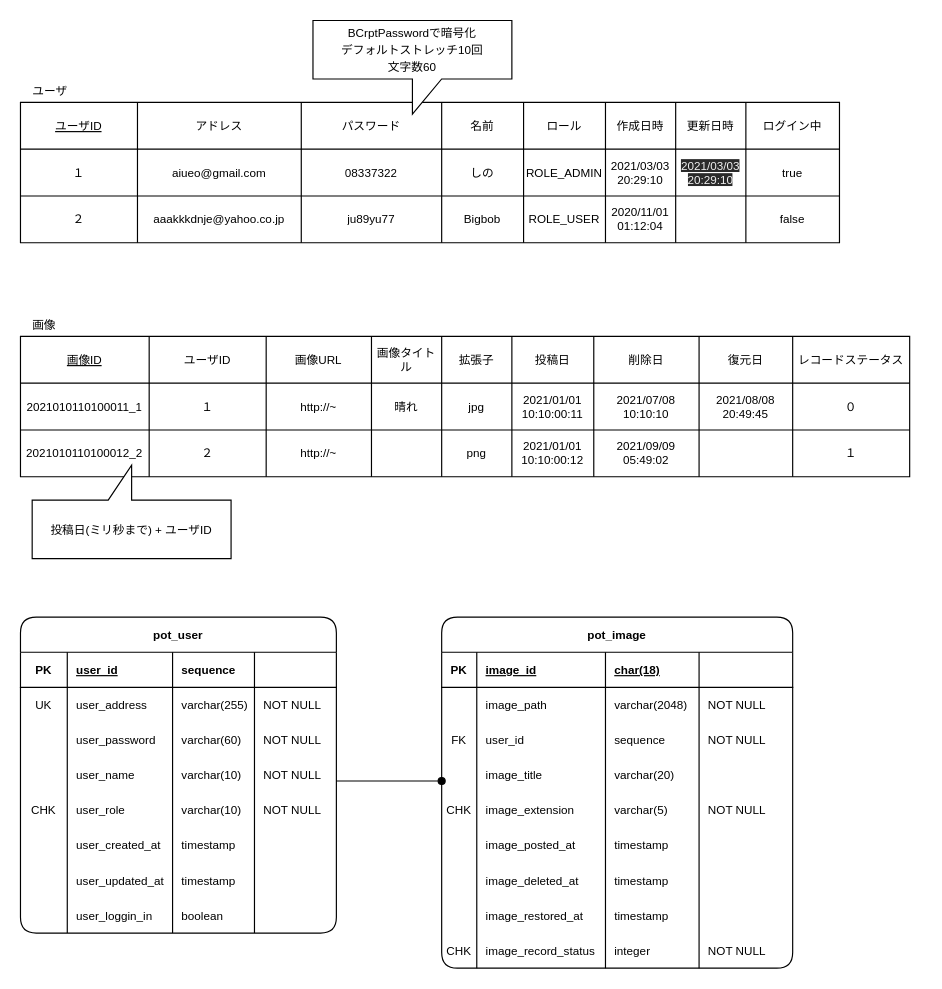
The draw.io diagram ER.drawio in ODEN-t/imagepot, before the edit. Source tidied: cells renumbered, new cells numbered last; positions are measured from the earlier drawing's top-left corner, leaving out a move shared by most shapes. Both pictures are drawn from the tidied source at 117%, with x=0, y=0 at pixel (20, 20).
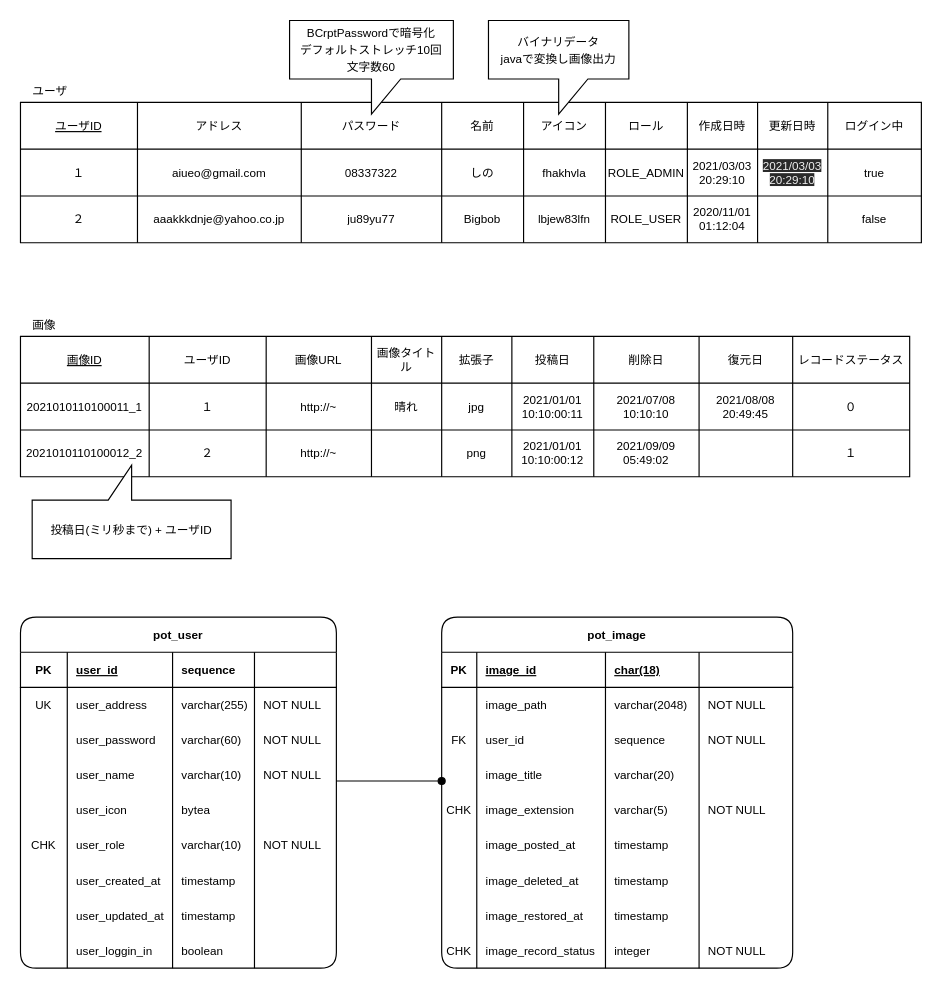
The same diagram, later.

What changed in the source:
```diff
@@
     <mxCell id="2" value="pot_user" style="shape=table;startSize=30;childLayout=tableLayout;rowLines=0;fontStyle=1;align=center;rounded=1;shadow=0;dashed=0;strokeWidth=1;fontFamily=Helvetica;fontSize=10;" parent="1" vertex="1">
-      <mxGeometry y="510" width="270" height="270" as="geometry" />
+      <mxGeometry y="510" width="270" height="300" as="geometry" />
     </mxCell>
@@
+    <mxCell id="153" style="shape=partialRectangle;fillColor=none;top=0;left=0;bottom=0;right=0;fontFamily=Helvetica;fontSize=10;" parent="2" vertex="1">
+      <mxGeometry y="150" width="270" height="30" as="geometry" />
+    </mxCell>
+    <mxCell id="154" style="shape=partialRectangle;fillColor=none;top=0;left=0;bottom=0;right=0;overflow=hidden;fontFamily=Helvetica;fontSize=10;" parent="153" vertex="1">
+      <mxGeometry width="40" height="30" as="geometry" />
+    </mxCell>
+    <mxCell id="155" value="user_icon" style="shape=partialRectangle;fillColor=none;top=0;left=0;bottom=0;right=0;align=left;spacingLeft=6;overflow=hidden;fontFamily=Helvetica;fontSize=10;" parent="153" vertex="1">
+      <mxGeometry x="40" width="90" height="30" as="geometry" />
+    </mxCell>
+    <mxCell id="156" value="bytea" style="shape=partialRectangle;fillColor=none;top=0;left=0;bottom=0;right=0;align=left;spacingLeft=6;overflow=hidden;fontFamily=Helvetica;fontSize=10;" parent="153" vertex="1">
+      <mxGeometry x="130" width="70" height="30" as="geometry" />
+    </mxCell>
+    <mxCell id="157" style="shape=partialRectangle;fillColor=none;top=0;left=0;bottom=0;right=0;align=left;spacingLeft=6;overflow=hidden;fontFamily=Helvetica;fontSize=10;" parent="153" vertex="1">
+      <mxGeometry x="200" width="70" height="30" as="geometry" />
+    </mxCell>
     <mxCell id="23" style="shape=partialRectangle;fillColor=none;top=0;left=0;bottom=0;right=0;fontFamily=Helvetica;fontSize=10;" parent="2" vertex="1">
-      <mxGeometry y="150" width="270" height="30" as="geometry" />
+      <mxGeometry y="180" width="270" height="30" as="geometry" />
     </mxCell>
@@
     <mxCell id="28" style="shape=partialRectangle;fillColor=none;top=0;left=0;bottom=0;right=0;fontFamily=Helvetica;fontSize=10;" parent="2" vertex="1">
-      <mxGeometry y="180" width="270" height="30" as="geometry" />
+      <mxGeometry y="210" width="270" height="30" as="geometry" />
     </mxCell>
@@
     <mxCell id="33" style="shape=partialRectangle;fillColor=none;top=0;left=0;bottom=0;right=0;fontFamily=Helvetica;fontSize=10;" parent="2" vertex="1">
-      <mxGeometry y="210" width="270" height="30" as="geometry" />
+      <mxGeometry y="240" width="270" height="30" as="geometry" />
     </mxCell>
@@
     <mxCell id="38" style="shape=partialRectangle;fillColor=none;top=0;left=0;bottom=0;right=0;fontFamily=Helvetica;fontSize=10;" parent="2" vertex="1">
-      <mxGeometry y="240" width="270" height="30" as="geometry" />
+      <mxGeometry y="270" width="270" height="30" as="geometry" />
     </mxCell>
@@
     <mxCell id="89" style="shape=table;html=1;whiteSpace=wrap;startSize=0;childLayout=tableLayout;fontFamily=Helvetica;fontSize=10;" parent="1" vertex="1">
-      <mxGeometry y="70" width="700" height="120" as="geometry" />
+      <mxGeometry y="70" width="770" height="120" as="geometry" />
     </mxCell>
     <mxCell id="90" style="shape=partialRectangle;html=1;whiteSpace=wrap;fillColor=none;top=0;left=0;bottom=0;right=0;fontSize=10;" parent="89" vertex="1">
-      <mxGeometry width="700" height="40" as="geometry" />
+      <mxGeometry width="770" height="40" as="geometry" />
     </mxCell>
@@
+    <mxCell id="158" value="アイコン" style="shape=partialRectangle;html=1;whiteSpace=wrap;fillColor=none;top=0;left=0;bottom=0;right=0;overflow=hidden;fontSize=10;" parent="90" vertex="1">
+      <mxGeometry x="430" width="70" height="40" as="geometry" />
+    </mxCell>
     <mxCell id="95" value="ロール" style="shape=partialRectangle;html=1;whiteSpace=wrap;fillColor=none;top=0;left=0;bottom=0;right=0;overflow=hidden;fontSize=10;" parent="90" vertex="1">
-      <mxGeometry x="430" width="70" height="40" as="geometry" />
+      <mxGeometry x="500" width="70" height="40" as="geometry" />
     </mxCell>
     <mxCell id="96" value="作成日時" style="shape=partialRectangle;html=1;whiteSpace=wrap;fillColor=none;top=0;left=0;bottom=0;right=0;overflow=hidden;fontSize=10;" parent="90" vertex="1">
-      <mxGeometry x="500" width="60" height="40" as="geometry" />
+      <mxGeometry x="570" width="60" height="40" as="geometry" />
     </mxCell>
     <mxCell id="97" value="更新日時" style="shape=partialRectangle;html=1;whiteSpace=wrap;fillColor=none;top=0;left=0;bottom=0;right=0;overflow=hidden;fontSize=10;" parent="90" vertex="1">
-      <mxGeometry x="560" width="60" height="40" as="geometry" />
+      <mxGeometry x="630" width="60" height="40" as="geometry" />
     </mxCell>
     <mxCell id="98" value="ログイン中" style="shape=partialRectangle;html=1;whiteSpace=wrap;fillColor=none;top=0;left=0;bottom=0;right=0;overflow=hidden;fontSize=10;" parent="90" vertex="1">
-      <mxGeometry x="620" width="80" height="40" as="geometry" />
+      <mxGeometry x="690" width="80" height="40" as="geometry" />
     </mxCell>
     <mxCell id="99" style="shape=partialRectangle;html=1;whiteSpace=wrap;fillColor=none;top=0;left=0;bottom=0;right=0;fontSize=10;" parent="89" vertex="1">
-      <mxGeometry y="40" width="700" height="40" as="geometry" />
+      <mxGeometry y="40" width="770" height="40" as="geometry" />
     </mxCell>
@@
+    <mxCell id="159" value="fhakhvla" style="shape=partialRectangle;html=1;whiteSpace=wrap;fillColor=none;top=0;left=0;bottom=0;right=0;overflow=hidden;fontSize=10;" parent="99" vertex="1">
+      <mxGeometry x="430" width="70" height="40" as="geometry" />
+    </mxCell>
     <mxCell id="104" value="ROLE_ADMIN" style="shape=partialRectangle;html=1;whiteSpace=wrap;fillColor=none;top=0;left=0;bottom=0;right=0;overflow=hidden;fontSize=10;" parent="99" vertex="1">
-      <mxGeometry x="430" width="70" height="40" as="geometry" />
+      <mxGeometry x="500" width="70" height="40" as="geometry" />
     </mxCell>
     <mxCell id="105" value="2021/03/03 20:29:10" style="shape=partialRectangle;html=1;whiteSpace=wrap;fillColor=none;top=0;left=0;bottom=0;right=0;overflow=hidden;fontSize=10;" parent="99" vertex="1">
-      <mxGeometry x="500" width="60" height="40" as="geometry" />
+      <mxGeometry x="570" width="60" height="40" as="geometry" />
     </mxCell>
     <mxCell id="106" value="&lt;span style=&quot;color: rgb(240 , 240 , 240) ; font-family: &amp;#34;helvetica&amp;#34; ; font-size: 10px ; font-style: normal ; font-weight: 400 ; letter-spacing: normal ; text-align: center ; text-indent: 0px ; text-transform: none ; word-spacing: 0px ; background-color: rgb(42 , 42 , 42) ; display: inline ; float: none&quot;&gt;2021/03/03 20:29:10&lt;/span&gt;" style="shape=partialRectangle;html=1;whiteSpace=wrap;fillColor=none;top=0;left=0;bottom=0;right=0;overflow=hidden;fontSize=10;" parent="99" vertex="1">
-      <mxGeometry x="560" width="60" height="40" as="geometry" />
+      <mxGeometry x="630" width="60" height="40" as="geometry" />
     </mxCell>
     <mxCell id="107" value="true" style="shape=partialRectangle;html=1;whiteSpace=wrap;fillColor=none;top=0;left=0;bottom=0;right=0;overflow=hidden;fontSize=10;" parent="99" vertex="1">
-      <mxGeometry x="620" width="80" height="40" as="geometry" />
+      <mxGeometry x="690" width="80" height="40" as="geometry" />
     </mxCell>
     <mxCell id="108" style="shape=partialRectangle;html=1;whiteSpace=wrap;fillColor=none;top=0;left=0;bottom=0;right=0;fontSize=10;" parent="89" vertex="1">
-      <mxGeometry y="80" width="700" height="40" as="geometry" />
+      <mxGeometry y="80" width="770" height="40" as="geometry" />
     </mxCell>
@@
+    <mxCell id="160" value="lbjew83lfn" style="shape=partialRectangle;html=1;whiteSpace=wrap;fillColor=none;top=0;left=0;bottom=0;right=0;overflow=hidden;fontSize=10;" parent="108" vertex="1">
+      <mxGeometry x="430" width="70" height="40" as="geometry" />
+    </mxCell>
     <mxCell id="113" value="ROLE_USER" style="shape=partialRectangle;html=1;whiteSpace=wrap;fillColor=none;top=0;left=0;bottom=0;right=0;overflow=hidden;fontSize=10;" parent="108" vertex="1">
-      <mxGeometry x="430" width="70" height="40" as="geometry" />
+      <mxGeometry x="500" width="70" height="40" as="geometry" />
     </mxCell>
     <mxCell id="114" value="2020/11/01 01:12:04" style="shape=partialRectangle;html=1;whiteSpace=wrap;fillColor=none;top=0;left=0;bottom=0;right=0;overflow=hidden;fontSize=10;" parent="108" vertex="1">
-      <mxGeometry x="500" width="60" height="40" as="geometry" />
+      <mxGeometry x="570" width="60" height="40" as="geometry" />
     </mxCell>
     <mxCell id="115" style="shape=partialRectangle;html=1;whiteSpace=wrap;fillColor=none;top=0;left=0;bottom=0;right=0;overflow=hidden;fontSize=10;" parent="108" vertex="1">
-      <mxGeometry x="560" width="60" height="40" as="geometry" />
+      <mxGeometry x="630" width="60" height="40" as="geometry" />
     </mxCell>
     <mxCell id="116" value="false" style="shape=partialRectangle;html=1;whiteSpace=wrap;fillColor=none;top=0;left=0;bottom=0;right=0;overflow=hidden;fontSize=10;" parent="108" vertex="1">
-      <mxGeometry x="620" width="80" height="40" as="geometry" />
+      <mxGeometry x="690" width="80" height="40" as="geometry" />
     </mxCell>
@@
     <mxCell id="152" value="&lt;span style=&quot;font-size: 10px&quot;&gt;BCrptPasswordで暗号化&lt;br&gt;デフォルトストレッチ10回&lt;br&gt;文字数60&lt;br&gt;&lt;/span&gt;" style="shape=callout;whiteSpace=wrap;html=1;perimeter=calloutPerimeter;position2=0.5;direction=east;base=25;" parent="1" vertex="1">
-      <mxGeometry x="250" width="170" height="80" as="geometry" />
+      <mxGeometry x="230" width="140" height="80" as="geometry" />
     </mxCell>
+    <mxCell id="161" value="&lt;span style=&quot;font-size: 10px&quot;&gt;バイナリデータ&lt;br&gt;javaで変換し画像出力&lt;br&gt;&lt;/span&gt;" style="shape=callout;whiteSpace=wrap;html=1;perimeter=calloutPerimeter;position2=0.5;direction=east;base=25;" parent="1" vertex="1">
+      <mxGeometry x="400" width="120" height="80" as="geometry" />
+    </mxCell>
```
